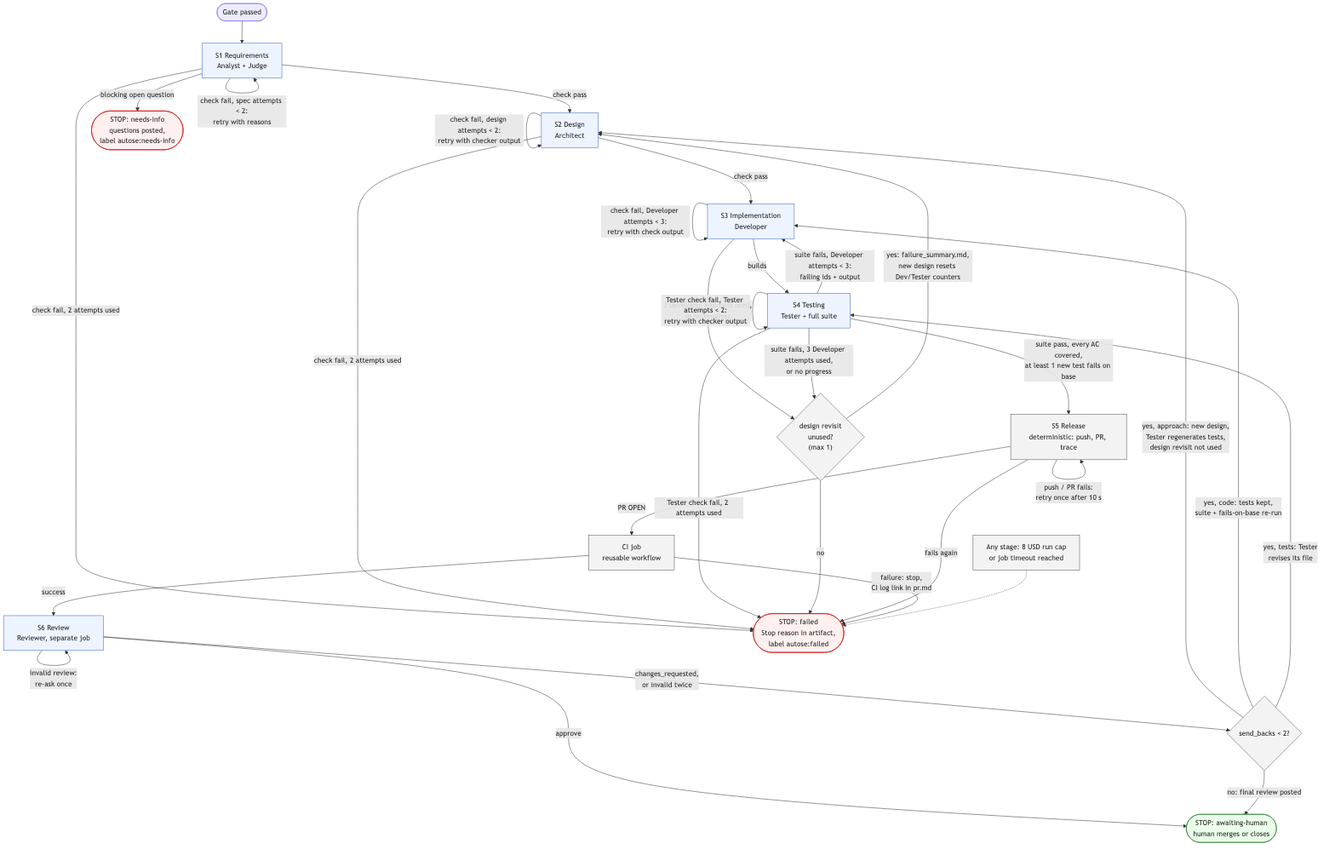
Before: architecture/views/state-machine.png, a diagram exported from Mermaid (vishesh312/autose-assignment3). Its source is kept beside it as architecture/views/state-machine.mmd.
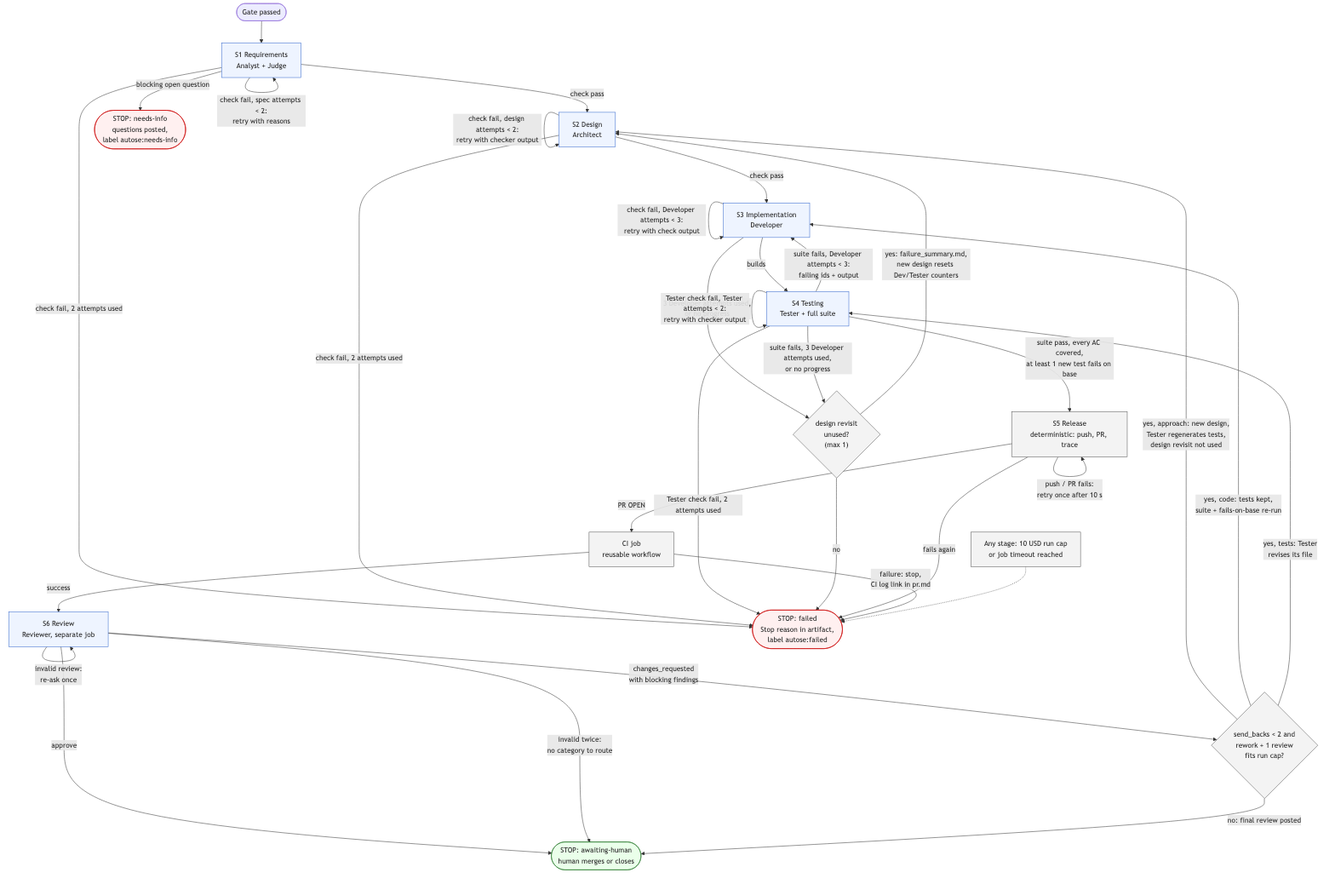
The same diagram one commit later.

Change to the diagram source:
```diff
@@ -9,7 +9,7 @@
   S5["S5 Release<br/>deterministic: push, PR, trace"]
   CI["CI job<br/>reusable workflow"]
   S6["S6 Review<br/>Reviewer, separate job"]
-  ROUTE{"send_backs &lt; 2?"}
+  ROUTE{"send_backs &lt; 2 and<br/>rework + 1 review<br/>fits run cap?"}
 
   NI(["STOP: needs-info<br/>questions posted,<br/>label autose:needs-info"])
   FAIL(["STOP: failed<br/>Stop reason in artifact,<br/>label autose:failed"])
@@ -44,13 +44,14 @@
 
   S6 -->|invalid review:<br/>re-ask once| S6
   S6 -->|approve| HUMAN
-  S6 -->|changes_requested,<br/>or invalid twice| ROUTE
+  S6 -->|changes_requested<br/>with blocking findings| ROUTE
+  S6 -->|invalid twice:<br/>no category to route| HUMAN
   ROUTE -->|yes, approach: new design,<br/>Tester regenerates tests,<br/>design revisit not used| S2
   ROUTE -->|yes, code: tests kept,<br/>suite + fails-on-base re-run| S3
   ROUTE -->|yes, tests: Tester<br/>revises its file| S4
   ROUTE -->|no: final review posted| HUMAN
 
-  BUDGET["Any stage: 8 USD run cap<br/>or job timeout reached"] -.-> FAIL
+  BUDGET["Any stage: 10 USD run cap<br/>or job timeout reached"] -.-> FAIL
 
   classDef stop fill:#fff0f0,stroke:#c00
   classDef human fill:#eaffea,stroke:#2e7d32
```
